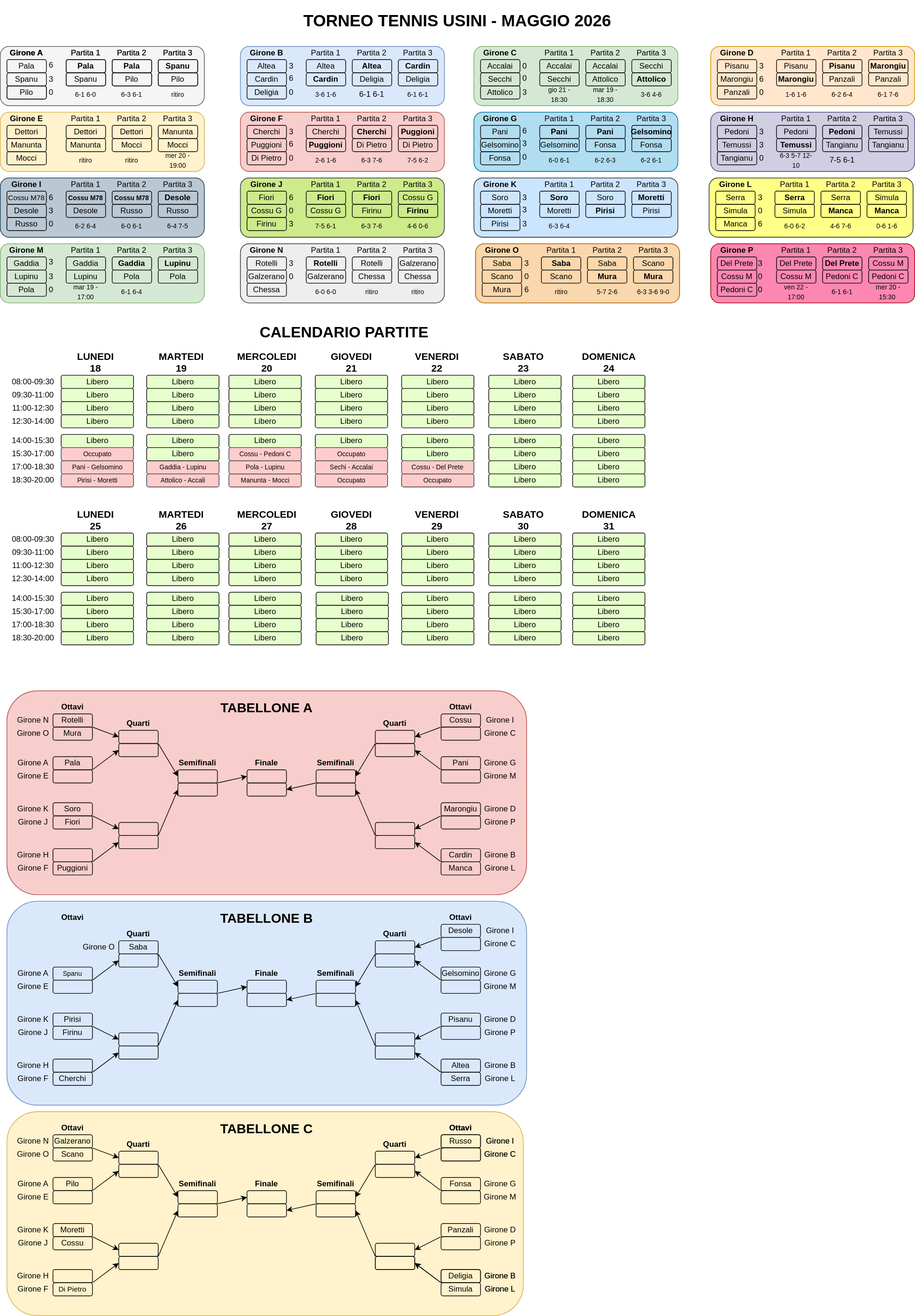
Above: torneo-tennis-2026/tabellone.drawio.svg in cscalaresu/tornei (draw.io), before the change. Source tidied: cells renumbered, new cells last; positions are measured from the earlier drawing's top-left corner, leaving out a move shared by most shapes.
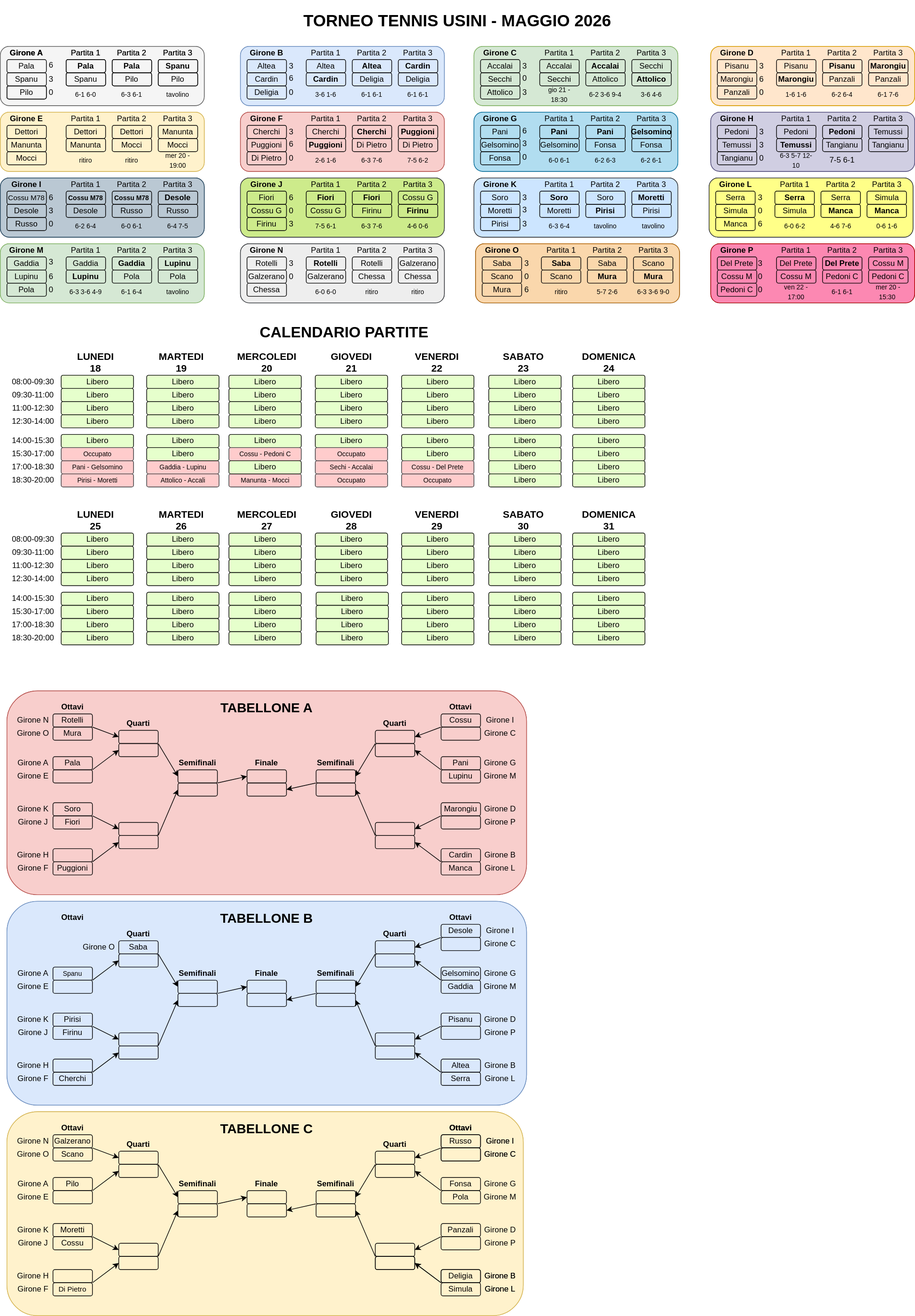
The same file after the commit.

Diff of the diagram source:
```diff
@@ -344,7 +344,7 @@
     <mxCell id="115" value="Accalai" style="rounded=1;whiteSpace=wrap;html=1;fillColor=none;fontStyle=0;" parent="1" vertex="1">
       <mxGeometry x="820" y="90" width="60" height="20" as="geometry" />
     </mxCell>
-    <mxCell id="116" value="Accalai" style="rounded=1;whiteSpace=wrap;html=1;fillColor=none;fontStyle=0;" parent="1" vertex="1">
+    <mxCell id="116" value="Accalai" style="rounded=1;whiteSpace=wrap;html=1;fillColor=none;fontStyle=1;" parent="1" vertex="1">
       <mxGeometry x="890" y="90" width="60" height="20" as="geometry" />
     </mxCell>
     <mxCell id="117" value="Attolico" style="rounded=1;whiteSpace=wrap;html=1;fillColor=none;fontStyle=1;" parent="1" vertex="1">
@@ -542,7 +542,7 @@
     <mxCell id="181" value="Moretti" style="rounded=1;whiteSpace=wrap;html=1;fillColor=none;fontStyle=1;" parent="1" vertex="1">
       <mxGeometry x="960" y="290" width="60" height="20" as="geometry" />
     </mxCell>
-    <mxCell id="182" value="Lupinu" style="rounded=1;whiteSpace=wrap;html=1;fillColor=none;" parent="1" vertex="1">
+    <mxCell id="182" value="Lupinu" style="rounded=1;whiteSpace=wrap;html=1;fillColor=none;fontStyle=1;" parent="1" vertex="1">
       <mxGeometry x="100" y="410" width="60" height="20" as="geometry" />
     </mxCell>
     <mxCell id="183" value="Lupinu" style="rounded=1;whiteSpace=wrap;html=1;fillColor=none;fontStyle=1;" parent="1" vertex="1">
@@ -1567,7 +1567,7 @@
     <mxCell id="520" value="&lt;span style=&quot;font-weight: normal;&quot;&gt;Pani&lt;/span&gt;" style="rounded=1;whiteSpace=wrap;html=1;fillColor=none;fontStyle=1;" parent="1" vertex="1">
       <mxGeometry x="670" y="1150" width="60" height="20" as="geometry" />
     </mxCell>
-    <mxCell id="521" style="rounded=1;whiteSpace=wrap;html=1;fillColor=none;fontStyle=1;" parent="1" vertex="1">
+    <mxCell id="521" value="&lt;span style=&quot;font-weight: normal;&quot;&gt;Lupinu&lt;/span&gt;" style="rounded=1;whiteSpace=wrap;html=1;fillColor=none;fontStyle=1;" parent="1" vertex="1">
       <mxGeometry x="670" y="1170" width="60" height="20" as="geometry" />
     </mxCell>
     <mxCell id="522" value="&lt;span style=&quot;font-weight: normal;&quot;&gt;Marongiu&lt;/span&gt;" style="rounded=1;whiteSpace=wrap;html=1;fillColor=none;fontStyle=1;" parent="1" vertex="1">
@@ -1764,7 +1764,7 @@
     <mxCell id="585" value="Gelsomino" style="rounded=1;whiteSpace=wrap;html=1;fillColor=none;" parent="1" vertex="1">
       <mxGeometry x="670" y="1470" width="60" height="20" as="geometry" />
     </mxCell>
-    <mxCell id="586" style="rounded=1;whiteSpace=wrap;html=1;fillColor=none;" parent="1" vertex="1">
+    <mxCell id="586" value="Gaddia" style="rounded=1;whiteSpace=wrap;html=1;fillColor=none;" parent="1" vertex="1">
       <mxGeometry x="670" y="1490" width="60" height="20" as="geometry" />
     </mxCell>
     <mxCell id="587" value="&lt;span style=&quot;font-weight: normal;&quot;&gt;Pisanu&lt;/span&gt;" style="rounded=1;whiteSpace=wrap;html=1;fillColor=none;fontStyle=1;" parent="1" vertex="1">
@@ -1952,7 +1952,7 @@
     <mxCell id="647" value="Fonsa" style="rounded=1;whiteSpace=wrap;html=1;fillColor=none;" parent="1" vertex="1">
       <mxGeometry x="670" y="1790" width="60" height="20" as="geometry" />
     </mxCell>
-    <mxCell id="648" style="rounded=1;whiteSpace=wrap;html=1;fillColor=none;" parent="1" vertex="1">
+    <mxCell id="648" value="Pola" style="rounded=1;whiteSpace=wrap;html=1;fillColor=none;" parent="1" vertex="1">
       <mxGeometry x="670" y="1810" width="60" height="20" as="geometry" />
     </mxCell>
     <mxCell id="649" value="Panzali" style="rounded=1;whiteSpace=wrap;html=1;fillColor=none;" parent="1" vertex="1">
@@ -2138,7 +2138,7 @@
     <mxCell id="708" value="&lt;font style=&quot;font-size: 10px;&quot;&gt;6-2 6-3&lt;/font&gt;" style="text;html=1;whiteSpace=wrap;strokeColor=none;fillColor=none;align=center;verticalAlign=middle;rounded=0;" parent="1" vertex="1">
       <mxGeometry x="890" y="230" width="60" height="25" as="geometry" />
     </mxCell>
-    <mxCell id="709" value="&lt;font style=&quot;font-size: 10px;&quot;&gt;ritiro&lt;/font&gt;" style="text;html=1;whiteSpace=wrap;strokeColor=none;fillColor=none;align=center;verticalAlign=middle;rounded=0;" parent="1" vertex="1">
+    <mxCell id="709" value="&lt;font style=&quot;font-size: 10px;&quot;&gt;tavolino&lt;/font&gt;" style="text;html=1;whiteSpace=wrap;strokeColor=none;fillColor=none;align=center;verticalAlign=middle;rounded=0;" parent="1" vertex="1">
       <mxGeometry x="240" y="130" width="60" height="25" as="geometry" />
     </mxCell>
     <mxCell id="710" value="&lt;font style=&quot;font-size: 10px;&quot;&gt;2-6 1-6&lt;/font&gt;" style="text;html=1;whiteSpace=wrap;strokeColor=none;fillColor=none;align=center;verticalAlign=middle;rounded=0;" parent="1" vertex="1">
@@ -2195,7 +2195,7 @@
     <mxCell id="727" value="&lt;font style=&quot;font-size: 10px;&quot;&gt;6-1 6-1&lt;/font&gt;" style="text;html=1;whiteSpace=wrap;strokeColor=none;fillColor=none;align=center;verticalAlign=middle;rounded=0;" parent="1" vertex="1">
       <mxGeometry x="1250" y="430" width="60" height="25" as="geometry" />
     </mxCell>
-    <mxCell id="728" value="6-1 6-1" style="text;html=1;whiteSpace=wrap;strokeColor=none;fillColor=none;align=center;verticalAlign=middle;rounded=0;" parent="1" vertex="1">
+    <mxCell id="728" value="&lt;font style=&quot;font-size: 10px;&quot;&gt;6-1 6-1&lt;/font&gt;" style="text;html=1;whiteSpace=wrap;strokeColor=none;fillColor=none;align=center;verticalAlign=middle;rounded=0;" parent="1" vertex="1">
       <mxGeometry x="535" y="130" width="60" height="25" as="geometry" />
     </mxCell>
     <mxCell id="729" value="3" style="text;html=1;whiteSpace=wrap;strokeColor=none;fillColor=none;align=center;verticalAlign=middle;rounded=0;" parent="1" vertex="1">
@@ -2225,7 +2225,7 @@
     <mxCell id="737" value="&lt;font style=&quot;font-size: 10px;&quot;&gt;Gaddia - Lupinu&lt;/font&gt;" style="rounded=1;whiteSpace=wrap;html=1;fillColor=#ffcccc;strokeColor=#36393d;" parent="1" vertex="1">
       <mxGeometry x="222.5" y="700" width="110" height="20" as="geometry" />
     </mxCell>
-    <mxCell id="738" value="&lt;font style=&quot;font-size: 10px;&quot;&gt;mar 19 - 17:00&lt;/font&gt;" style="text;html=1;whiteSpace=wrap;strokeColor=none;fillColor=none;align=center;verticalAlign=middle;rounded=0;" parent="1" vertex="1">
+    <mxCell id="738" value="&lt;font style=&quot;font-size: 10px;&quot;&gt;6-3 3-6 4-9&lt;/font&gt;" style="text;html=1;whiteSpace=wrap;strokeColor=none;fillColor=none;align=center;verticalAlign=middle;rounded=0;" parent="1" vertex="1">
       <mxGeometry x="100" y="430" width="60" height="25" as="geometry" />
     </mxCell>
     <mxCell id="739" value="&lt;font style=&quot;font-size: 10px;&quot;&gt;Pani - Gelsomino&lt;/font&gt;" style="rounded=1;whiteSpace=wrap;html=1;fillColor=#ffcccc;strokeColor=#36393d;" parent="1" vertex="1">
@@ -2258,7 +2258,7 @@
     <mxCell id="748" value="3" style="text;html=1;whiteSpace=wrap;strokeColor=none;fillColor=none;align=center;verticalAlign=middle;rounded=0;" parent="1" vertex="1">
       <mxGeometry x="790" y="127.5" width="15" height="25" as="geometry" />
     </mxCell>
-    <mxCell id="749" value="0" style="text;html=1;whiteSpace=wrap;strokeColor=none;fillColor=none;align=center;verticalAlign=middle;rounded=0;" parent="1" vertex="1">
+    <mxCell id="749" value="3" style="text;html=1;whiteSpace=wrap;strokeColor=none;fillColor=none;align=center;verticalAlign=middle;rounded=0;" parent="1" vertex="1">
       <mxGeometry x="790" y="87.5" width="15" height="25" as="geometry" />
     </mxCell>
     <mxCell id="750" value="6" style="text;html=1;whiteSpace=wrap;strokeColor=none;fillColor=none;align=center;verticalAlign=middle;rounded=0;" parent="1" vertex="1">
@@ -2450,9 +2450,6 @@
     <mxCell id="812" value="6" style="text;html=1;whiteSpace=wrap;strokeColor=none;fillColor=none;align=center;verticalAlign=middle;rounded=0;" parent="1" vertex="1">
       <mxGeometry x="1150" y="107.5" width="15" height="25" as="geometry" />
     </mxCell>
-    <mxCell id="813" value="&lt;font style=&quot;font-size: 10px;&quot;&gt;Pola - Lupinu&lt;/font&gt;" style="rounded=1;whiteSpace=wrap;html=1;fillColor=#ffcccc;strokeColor=#36393d;" parent="1" vertex="1">
-      <mxGeometry x="347.5" y="700" width="110" height="20" as="geometry" />
-    </mxCell>
     <mxCell id="814" value="0" style="text;html=1;whiteSpace=wrap;strokeColor=none;fillColor=none;align=center;verticalAlign=middle;rounded=0;" parent="1" vertex="1">
       <mxGeometry x="792.5" y="407.5" width="15" height="25" as="geometry" />
     </mxCell>
@@ -2462,7 +2459,7 @@
     <mxCell id="816" value="&lt;font style=&quot;font-size: 10px;&quot;&gt;Sechi - Accalai&lt;/font&gt;" style="rounded=1;whiteSpace=wrap;html=1;fillColor=#ffcccc;strokeColor=#36393d;" parent="1" vertex="1">
       <mxGeometry x="478.8" y="700" width="110" height="20" as="geometry" />
     </mxCell>
-    <mxCell id="817" value="&lt;font style=&quot;font-size: 10px;&quot;&gt;mar 19 - 18:30&lt;/font&gt;" style="text;html=1;whiteSpace=wrap;strokeColor=none;fillColor=none;align=center;verticalAlign=middle;rounded=0;" parent="1" vertex="1">
+    <mxCell id="817" value="&lt;font style=&quot;font-size: 10px;&quot;&gt;6-2 3-6 9-4&lt;/font&gt;" style="text;html=1;whiteSpace=wrap;strokeColor=none;fillColor=none;align=center;verticalAlign=middle;rounded=0;" parent="1" vertex="1">
       <mxGeometry x="890" y="130" width="60" height="25" as="geometry" />
     </mxCell>
     <mxCell id="818" value="&lt;font style=&quot;font-size: 10px;&quot;&gt;Occupato&lt;/font&gt;" style="rounded=1;whiteSpace=wrap;html=1;fillColor=#ffcccc;strokeColor=#36393d;" parent="1" vertex="1">
@@ -2702,11 +2699,23 @@
     <mxCell id="896" value="Libero" style="rounded=1;whiteSpace=wrap;html=1;fontStyle=0;fillColor=#E6FFCC;" parent="1" vertex="1">
       <mxGeometry x="92.5" y="960" width="110" height="20" as="geometry" />
     </mxCell>
-    <mxCell id="897" value="3" style="text;html=1;whiteSpace=wrap;strokeColor=none;fillColor=none;align=center;verticalAlign=middle;rounded=0;" parent="1" vertex="1">
+    <mxCell id="897" value="6" style="text;html=1;whiteSpace=wrap;strokeColor=none;fillColor=none;align=center;verticalAlign=middle;rounded=0;" parent="1" vertex="1">
       <mxGeometry x="70" y="407.5" width="15" height="25" as="geometry" />
     </mxCell>
     <mxCell id="898" value="&lt;font style=&quot;font-size: 10px;&quot;&gt;Occupato&lt;/font&gt;" style="rounded=1;whiteSpace=wrap;html=1;fillColor=#ffcccc;strokeColor=#36393d;" parent="1" vertex="1">
       <mxGeometry x="478.8" y="680" width="110" height="20" as="geometry" />
     </mxCell>
+    <mxCell id="899" value="Libero" style="rounded=1;whiteSpace=wrap;html=1;fillColor=#E6FFCC;" parent="1" vertex="1">
+      <mxGeometry x="347.5" y="700" width="110" height="20" as="geometry" />
+    </mxCell>
+    <mxCell id="900" value="&lt;font style=&quot;font-size: 10px;&quot;&gt;tavolino&lt;/font&gt;" style="text;html=1;whiteSpace=wrap;strokeColor=none;fillColor=none;align=center;verticalAlign=middle;rounded=0;" parent="1" vertex="1">
+      <mxGeometry x="240" y="430" width="60" height="25" as="geometry" />
+    </mxCell>
+    <mxCell id="901" value="&lt;font style=&quot;font-size: 10px;&quot;&gt;tavolino&lt;/font&gt;" style="text;html=1;whiteSpace=wrap;strokeColor=none;fillColor=none;align=center;verticalAlign=middle;rounded=0;" parent="1" vertex="1">
+      <mxGeometry x="890" y="330" width="60" height="25" as="geometry" />
+    </mxCell>
+    <mxCell id="902" value="&lt;font style=&quot;font-size: 10px;&quot;&gt;tavolino&lt;/font&gt;" style="text;html=1;whiteSpace=wrap;strokeColor=none;fillColor=none;align=center;verticalAlign=middle;rounded=0;" parent="1" vertex="1">
+      <mxGeometry x="962.5" y="330" width="60" height="25" as="geometry" />
+    </mxCell>
   </root>
 </mxGraphModel>
```
